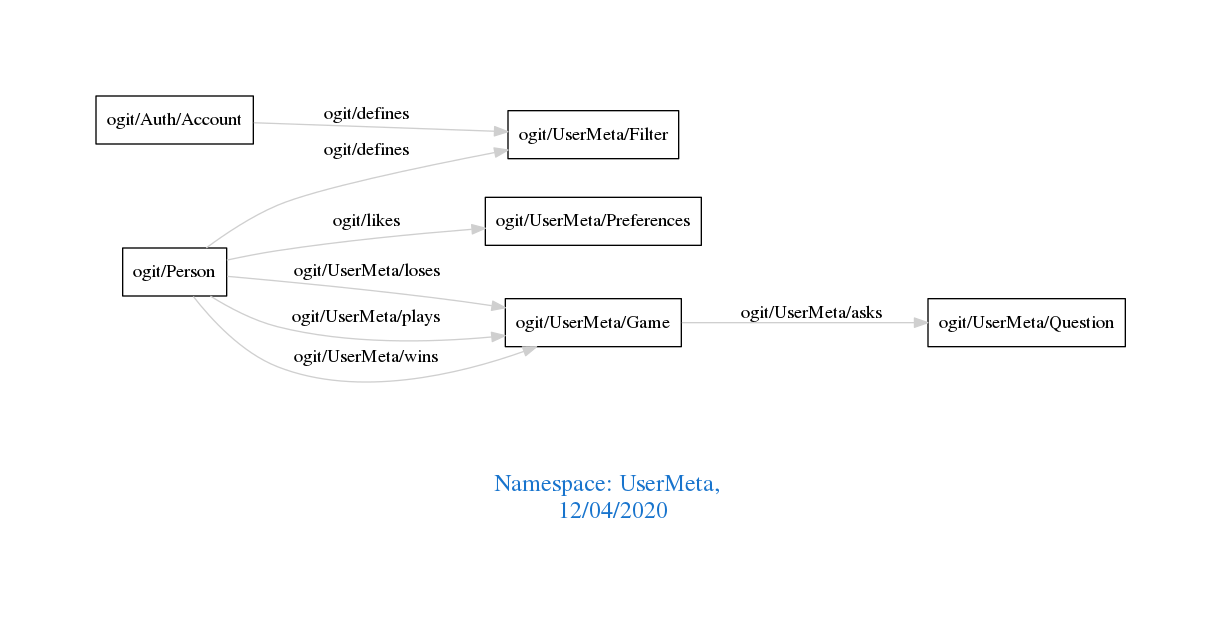
arago/OGIT keeps this Graphviz diagram as downloads/UserMeta.png. Above is the earlier version. Its source is kept beside it as downloads/UserMeta.dot.
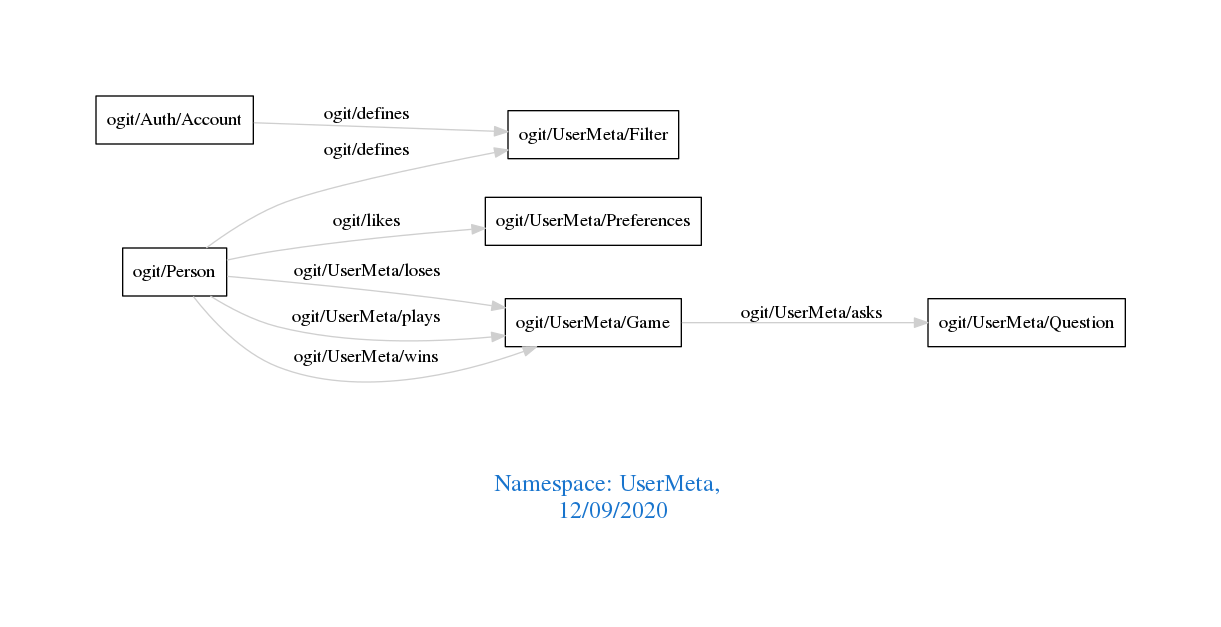
After the change.

The edit, as a diff of the source:
```diff
@@ -1,7 +1,7 @@
 digraph OGIT_ontology {
  graph [ rankdir= LR,pad=1
 fontsize = 18,
-fontcolor= dodgerblue3,label = "\n\n\nNamespace: UserMeta, \n 12/04/2020"];
+fontcolor= dodgerblue3,label = "\n\n\nNamespace: UserMeta, \n 12/09/2020"];
 node[shape=polygon];
 edge [  color="gray81"];
 
```
